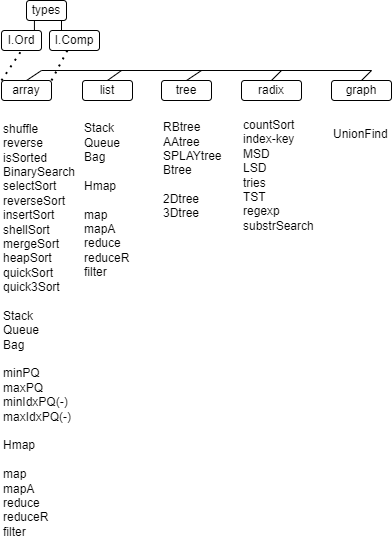
The draw.io diagram pics/algos.png in kselnaag/algos, before a commit. Source tidied: cells renumbered, new cells last; positions are measured from the earlier drawing's top-left corner, leaving out a move shared by most shapes.
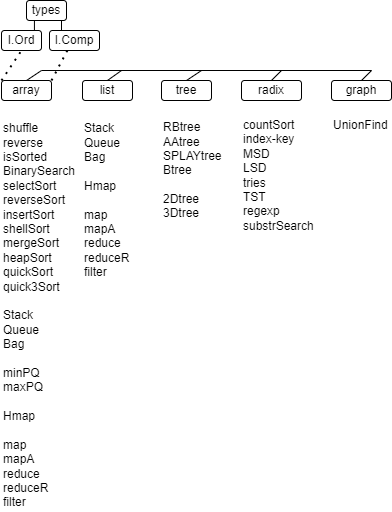
The same diagram one commit later.

What changed in the source:
```diff
@@ -17,17 +17,17 @@
     <mxCell id="6" value="graph" style="rounded=1;whiteSpace=wrap;html=1;fontColor=#000000;fillColor=none;strokeColor=#000000;" parent="1" vertex="1">
       <mxGeometry x="330" y="80" width="60" height="20" as="geometry" />
     </mxCell>
-    <mxCell id="7" value="shuffle&lt;br&gt;reverse&lt;br&gt;isSorted&lt;br&gt;BinarySearch&lt;br&gt;selectSort&lt;br&gt;reverseSort&lt;br&gt;insertSort&lt;br&gt;shellSort&lt;br&gt;mergeSort&lt;br&gt;heapSort&lt;br&gt;quickSort&lt;br&gt;quick3Sort&lt;br&gt;&lt;br&gt;Stack&lt;br&gt;Queue&lt;br&gt;Bag&lt;br&gt;&lt;br&gt;minPQ&lt;br&gt;maxPQ&lt;br&gt;minIdxPQ(-)&lt;br&gt;maxIdxPQ(-)&lt;br&gt;&lt;br&gt;Hmap&lt;br&gt;&lt;br&gt;map&lt;br&gt;mapA&lt;br&gt;reduce&lt;br&gt;reduceR&lt;br&gt;filter" style="text;html=1;strokeColor=none;fillColor=none;align=left;verticalAlign=middle;whiteSpace=wrap;rounded=0;fontColor=#000000;" parent="1" vertex="1">
-      <mxGeometry y="120" width="66" height="420" as="geometry" />
+    <mxCell id="7" value="shuffle&lt;br&gt;reverse&lt;br&gt;isSorted&lt;br&gt;BinarySearch&lt;br&gt;selectSort&lt;br&gt;reverseSort&lt;br&gt;insertSort&lt;br&gt;shellSort&lt;br&gt;mergeSort&lt;br&gt;heapSort&lt;br&gt;quickSort&lt;br&gt;quick3Sort&lt;br&gt;&lt;br&gt;Stack&lt;br&gt;Queue&lt;br&gt;Bag&lt;br&gt;&lt;br&gt;minPQ&lt;br&gt;maxPQ&lt;br&gt;&lt;br&gt;Hmap&lt;br&gt;&lt;br&gt;map&lt;br&gt;mapA&lt;br&gt;reduce&lt;br&gt;reduceR&lt;br&gt;filter" style="text;html=1;strokeColor=none;fillColor=none;align=left;verticalAlign=middle;whiteSpace=wrap;rounded=0;fontColor=#000000;" parent="1" vertex="1">
+      <mxGeometry y="120" width="66" height="390" as="geometry" />
     </mxCell>
     <mxCell id="8" value="Stack&lt;br&gt;Queue&lt;br&gt;Bag&lt;br&gt;&lt;br&gt;Hmap&lt;br&gt;&lt;br&gt;map&lt;br&gt;mapA&lt;br&gt;reduce&lt;br&gt;reduceR&lt;br&gt;filter" style="text;html=1;strokeColor=none;fillColor=none;align=left;verticalAlign=middle;whiteSpace=wrap;rounded=0;fontColor=#000000;" parent="1" vertex="1">
       <mxGeometry x="81" y="120" width="66" height="160" as="geometry" />
     </mxCell>
     <mxCell id="9" value="countSort&lt;br&gt;index-key&lt;br&gt;MSD&lt;br&gt;LSD&lt;br&gt;tries&lt;br&gt;TST&lt;br&gt;regexp&lt;br&gt;substrSearch" style="text;html=1;strokeColor=none;fillColor=none;align=left;verticalAlign=middle;whiteSpace=wrap;rounded=0;fontColor=#000000;" parent="1" vertex="1">
-      <mxGeometry x="240" y="120" width="60" height="110" as="geometry" />
+      <mxGeometry x="240" y="120" width="80" height="110" as="geometry" />
     </mxCell>
     <mxCell id="10" value="RBtree&lt;br&gt;AAtree&lt;br&gt;SPLAYtree&lt;br&gt;Btree&lt;br&gt;&lt;br&gt;2Dtree&lt;br&gt;3Dtree" style="text;html=1;strokeColor=none;fillColor=none;align=left;verticalAlign=middle;whiteSpace=wrap;rounded=0;fontColor=#000000;" parent="1" vertex="1">
-      <mxGeometry x="160" y="120" width="70" height="100" as="geometry" />
+      <mxGeometry x="160" y="120" width="60" height="100" as="geometry" />
     </mxCell>
     <mxCell id="11" value="types" style="rounded=1;whiteSpace=wrap;html=1;fillColor=none;strokeColor=#000000;fontColor=#000000;" parent="1" vertex="1">
       <mxGeometry x="25" width="40" height="20" as="geometry" />
@@ -60,9 +60,6 @@
         <mxPoint x="280" y="70" as="targetPoint" />
       </mxGeometry>
     </mxCell>
-    <mxCell id="17" value="UnionFind" style="text;whiteSpace=wrap;html=1;fontColor=#000000;" parent="1" vertex="1">
-      <mxGeometry x="330" y="120" width="60" height="130" as="geometry" />
-    </mxCell>
     <mxCell id="18" value="I.Ord" style="rounded=1;whiteSpace=wrap;html=1;fillColor=none;strokeColor=#000000;fontColor=#000000;" parent="1" vertex="1">
       <mxGeometry y="30" width="40" height="20" as="geometry" />
     </mxCell>
@@ -93,5 +90,8 @@
         <mxPoint x="370.1" y="70" as="targetPoint" />
       </mxGeometry>
     </mxCell>
+    <mxCell id="17" value="&lt;font color=&quot;#000000&quot;&gt;UnionFind&lt;/font&gt;" style="text;html=1;strokeColor=none;fillColor=none;align=left;verticalAlign=middle;whiteSpace=wrap;rounded=0;" parent="1" vertex="1">
+      <mxGeometry x="330" y="120" width="60" height="10" as="geometry" />
+    </mxCell>
   </root>
 </mxGraphModel>
```
